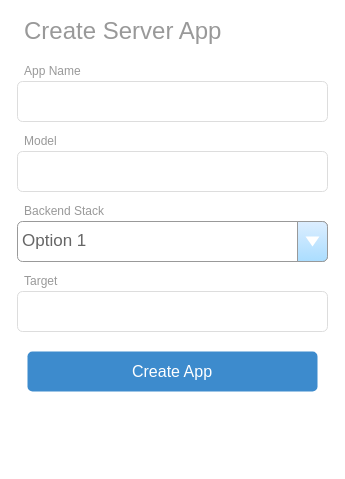
Earlier version of the draw.io diagram create-server-app-wireframe.drawio (psgit/m2a-samples). Source tidied: cells renumbered, new cells numbered last; positions are measured from the earlier drawing's top-left corner, leaving out a move shared by most shapes. Both pictures are drawn from the tidied source at 100%, with x=0, y=0 at pixel (17, 21).
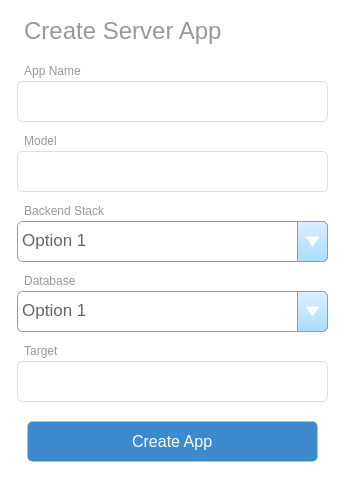
After the change.

What changed in the source:
```diff
@@
 <mxGraphModel background="#ffffff">
   <root>
     <mxCell id="0" />
     <mxCell id="1" parent="0" />
     <mxCell id="2" value="App Name" style="html=1;shadow=0;dashed=0;shape=mxgraph.bootstrap.rect;strokeColor=none;fillColor=none;fontColor=#999999;align=left;spacingLeft=5;whiteSpace=wrap;rounded=0;" parent="1" vertex="1">
       <mxGeometry y="40" width="200" height="20" as="geometry" />
     </mxCell>
     <mxCell id="3" style="html=1;shadow=0;dashed=0;shape=mxgraph.bootstrap.rrect;rSize=5;strokeColor=#dddddd;align=left;spacingLeft=10;fontSize=16;whiteSpace=wrap;rounded=0;" parent="1" vertex="1">
       <mxGeometry y="60" width="310" height="40" as="geometry" />
     </mxCell>
     <mxCell id="4" value="Create Server App" style="html=1;shadow=0;dashed=0;shape=mxgraph.bootstrap.rect;strokeColor=none;fillColor=none;fontColor=#999999;align=left;spacingLeft=5;whiteSpace=wrap;rounded=0;fontSize=24;" parent="1" vertex="1">
       <mxGeometry width="220" height="20" as="geometry" />
     </mxCell>
     <mxCell id="5" value="Create App" style="html=1;shadow=0;dashed=0;shape=mxgraph.bootstrap.rrect;align=center;rSize=5;strokeColor=none;fillColor=#3D8BCD;fontColor=#ffffff;fontSize=16;whiteSpace=wrap;rounded=0;" parent="1" vertex="1">
-      <mxGeometry x="10" y="330" width="290" height="40" as="geometry" />
+      <mxGeometry x="10" y="400" width="290" height="40" as="geometry" />
     </mxCell>
     <mxCell id="6" value="Model" style="html=1;shadow=0;dashed=0;shape=mxgraph.bootstrap.rect;strokeColor=none;fillColor=none;fontColor=#999999;align=left;spacingLeft=5;whiteSpace=wrap;rounded=0;" parent="1" vertex="1">
       <mxGeometry y="110" width="200" height="20" as="geometry" />
     </mxCell>
     <mxCell id="7" style="html=1;shadow=0;dashed=0;shape=mxgraph.bootstrap.rrect;rSize=5;strokeColor=#dddddd;align=left;spacingLeft=10;fontSize=16;whiteSpace=wrap;rounded=0;" parent="1" vertex="1">
       <mxGeometry y="130" width="310" height="40" as="geometry" />
     </mxCell>
     <mxCell id="8" value="Backend Stack" style="html=1;shadow=0;dashed=0;shape=mxgraph.bootstrap.rect;strokeColor=none;fillColor=none;fontColor=#999999;align=left;spacingLeft=5;whiteSpace=wrap;rounded=0;" parent="1" vertex="1">
       <mxGeometry y="180" width="200" height="20" as="geometry" />
     </mxCell>
     <mxCell id="9" value="Target" style="html=1;shadow=0;dashed=0;shape=mxgraph.bootstrap.rect;strokeColor=none;fillColor=none;fontColor=#999999;align=left;spacingLeft=5;whiteSpace=wrap;rounded=0;" parent="1" vertex="1">
-      <mxGeometry y="250" width="200" height="20" as="geometry" />
+      <mxGeometry y="320" width="200" height="20" as="geometry" />
     </mxCell>
     <mxCell id="10" style="html=1;shadow=0;dashed=0;shape=mxgraph.bootstrap.rrect;rSize=5;strokeColor=#dddddd;align=left;spacingLeft=10;fontSize=16;whiteSpace=wrap;rounded=0;" parent="1" vertex="1">
-      <mxGeometry y="270" width="310" height="40" as="geometry" />
+      <mxGeometry y="340" width="310" height="40" as="geometry" />
     </mxCell>
     <mxCell id="11" value="Option 1" style="strokeWidth=1;shadow=0;dashed=0;align=center;html=1;shape=mxgraph.mockup.forms.comboBox;strokeColor=#999999;fillColor=#ddeeff;align=left;fillColor2=#aaddff;mainText=;fontColor=#666666;fontSize=17;spacingLeft=3;" parent="1" vertex="1">
       <mxGeometry y="200" width="310" height="40" as="geometry" />
     </mxCell>
+    <mxCell id="12" value="Database" style="html=1;shadow=0;dashed=0;shape=mxgraph.bootstrap.rect;strokeColor=none;fillColor=none;fontColor=#999999;align=left;spacingLeft=5;whiteSpace=wrap;rounded=0;" parent="1" vertex="1">
+      <mxGeometry y="250" width="200" height="20" as="geometry" />
+    </mxCell>
+    <mxCell id="13" value="Option 1" style="strokeWidth=1;shadow=0;dashed=0;align=center;html=1;shape=mxgraph.mockup.forms.comboBox;strokeColor=#999999;fillColor=#ddeeff;align=left;fillColor2=#aaddff;mainText=;fontColor=#666666;fontSize=17;spacingLeft=3;" parent="1" vertex="1">
+      <mxGeometry y="270" width="310" height="40" as="geometry" />
+    </mxCell>
   </root>
 </mxGraphModel>
```
